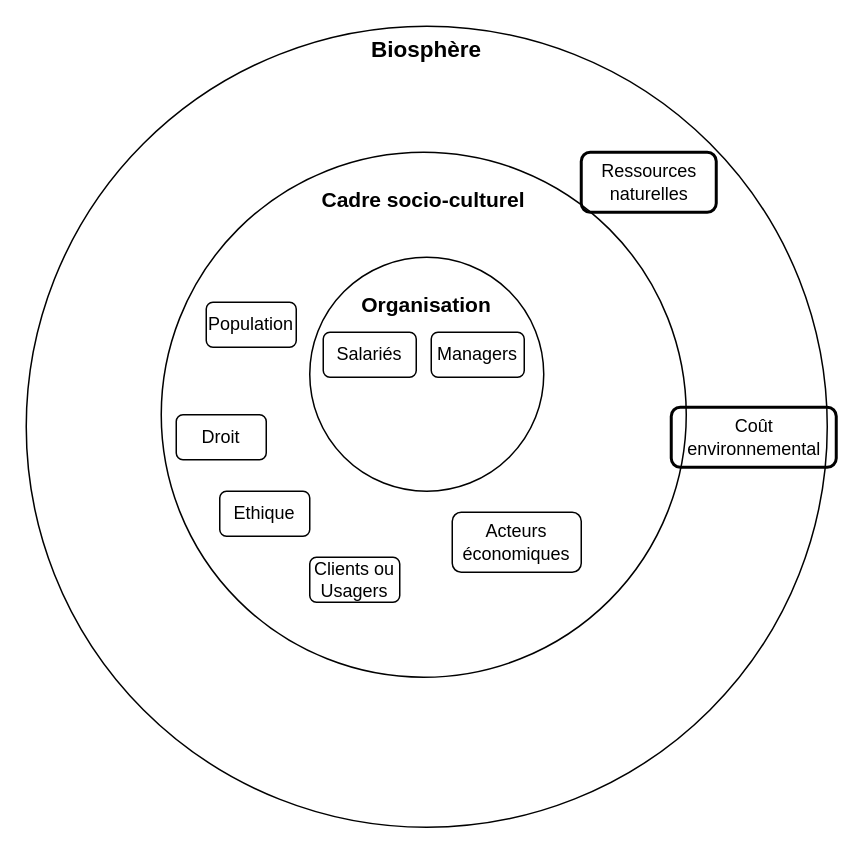
The draw.io diagram page "Environnement et IA" (3 of 3) of Schéma règlements IA et Data.drawio in Fabrice-64/Drawings, before the edit. Source tidied: cells renumbered, new cells numbered last; positions are measured from the earlier drawing's top-left corner, leaving out a move shared by most shapes. Both pictures are drawn from the tidied source at 150%, with x=0, y=0 at pixel (26, 26).
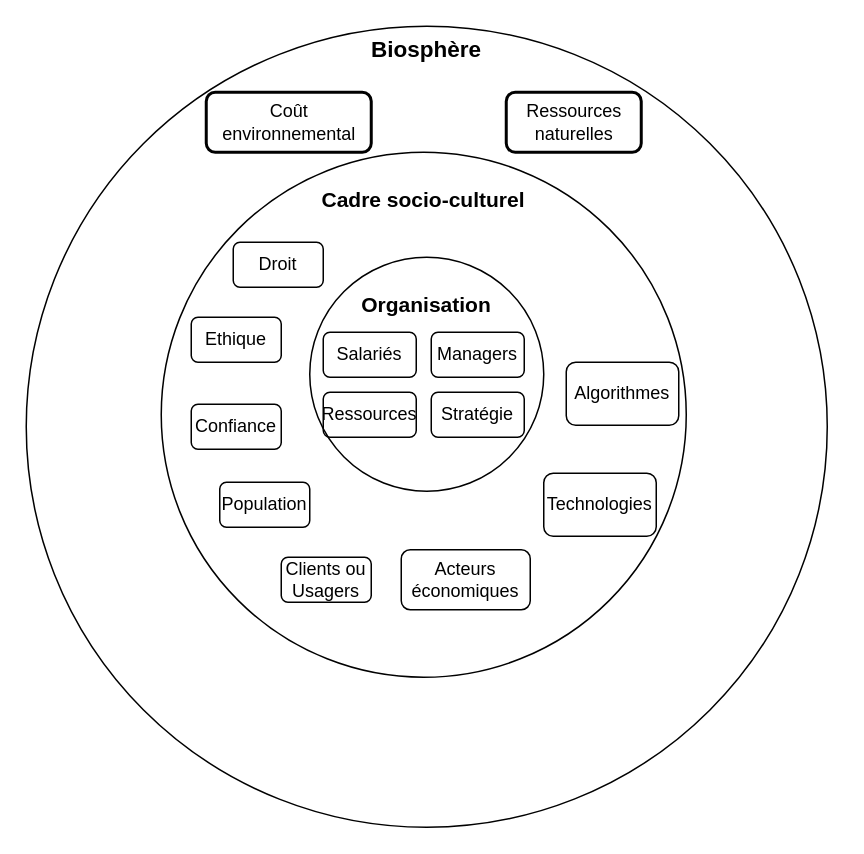
Above is the later version.

Commit message (it also covers changes not shown here):
Mettre à jour Schéma règlements IA et Data.drawio

Diff of the diagram source:
```diff
@@
 <mxGraphModel>
   <root>
     <mxCell id="0" />
     <mxCell id="1" parent="0" />
     <mxCell id="2" value="&lt;font style=&quot;font-size: 15px;&quot;&gt;&lt;b&gt;Biosphère&lt;/b&gt;&lt;/font&gt;" style="ellipse;whiteSpace=wrap;html=1;verticalAlign=top;" parent="1" vertex="1">
       <mxGeometry width="534" height="534" as="geometry" />
     </mxCell>
     <mxCell id="3" value="&lt;div&gt;&lt;b&gt;&lt;font style=&quot;font-size: 14px;&quot;&gt;&lt;br&gt;&lt;/font&gt;&lt;/b&gt;&lt;/div&gt;&lt;b&gt;&lt;font style=&quot;font-size: 14px;&quot;&gt;Cadre socio-culturel&lt;/font&gt;&lt;/b&gt;" style="ellipse;whiteSpace=wrap;html=1;verticalAlign=top;" parent="1" vertex="1">
       <mxGeometry x="90" y="84" width="350" height="350" as="geometry" />
     </mxCell>
     <mxCell id="4" value="&lt;div&gt;&lt;br&gt;&lt;/div&gt;Organisation" style="ellipse;whiteSpace=wrap;html=1;verticalAlign=top;fontSize=14;fontStyle=1;" parent="1" vertex="1">
       <mxGeometry x="189" y="154" width="156" height="156" as="geometry" />
     </mxCell>
     <mxCell id="5" value="Ressources&lt;br&gt;naturelles" style="text;html=1;align=center;verticalAlign=middle;strokeColor=default;fillColor=none;strokeWidth=2;rounded=1;" parent="1" vertex="1">
-      <mxGeometry x="370" y="84" width="90" height="40" as="geometry" />
+      <mxGeometry x="320" y="44" width="90" height="40" as="geometry" />
     </mxCell>
     <mxCell id="6" value="Coût &lt;br&gt;environnemental" style="text;html=1;align=center;verticalAlign=middle;strokeColor=default;fillColor=none;strokeWidth=2;rounded=1;" parent="1" vertex="1">
-      <mxGeometry x="430" y="254" width="110" height="40" as="geometry" />
+      <mxGeometry x="120" y="44" width="110" height="40" as="geometry" />
     </mxCell>
     <mxCell id="7" value="Droit" style="text;html=1;align=center;verticalAlign=middle;whiteSpace=wrap;rounded=1;strokeColor=default;" parent="1" vertex="1">
-      <mxGeometry x="100" y="259" width="60" height="30" as="geometry" />
+      <mxGeometry x="138" y="144" width="60" height="30" as="geometry" />
     </mxCell>
     <mxCell id="8" value="Ethique" style="text;html=1;align=center;verticalAlign=middle;whiteSpace=wrap;rounded=1;strokeColor=default;" parent="1" vertex="1">
-      <mxGeometry x="129" y="310" width="60" height="30" as="geometry" />
+      <mxGeometry x="110" y="194" width="60" height="30" as="geometry" />
     </mxCell>
     <mxCell id="9" value="Population" style="text;html=1;align=center;verticalAlign=middle;whiteSpace=wrap;rounded=1;strokeColor=default;" parent="1" vertex="1">
-      <mxGeometry x="120" y="184" width="60" height="30" as="geometry" />
+      <mxGeometry x="129" y="304" width="60" height="30" as="geometry" />
     </mxCell>
     <mxCell id="10" value="Acteurs économiques" style="text;html=1;align=center;verticalAlign=middle;whiteSpace=wrap;rounded=1;strokeColor=default;" parent="1" vertex="1">
-      <mxGeometry x="284" y="324" width="86" height="40" as="geometry" />
+      <mxGeometry x="250" y="349" width="86" height="40" as="geometry" />
     </mxCell>
     <mxCell id="11" value="Clients ou Usagers" style="text;html=1;align=center;verticalAlign=middle;whiteSpace=wrap;rounded=1;strokeColor=default;" parent="1" vertex="1">
-      <mxGeometry x="189" y="354" width="60" height="30" as="geometry" />
+      <mxGeometry x="170" y="354" width="60" height="30" as="geometry" />
     </mxCell>
     <mxCell id="12" value="Salariés" style="text;html=1;align=center;verticalAlign=middle;whiteSpace=wrap;rounded=1;strokeColor=default;" parent="1" vertex="1">
       <mxGeometry x="198" y="204" width="62" height="30" as="geometry" />
     </mxCell>
     <mxCell id="13" value="Managers" style="text;html=1;align=center;verticalAlign=middle;whiteSpace=wrap;rounded=1;strokeColor=default;" parent="1" vertex="1">
       <mxGeometry x="270" y="204" width="62" height="30" as="geometry" />
     </mxCell>
+    <mxCell id="14" value="Ressources" style="text;html=1;align=center;verticalAlign=middle;whiteSpace=wrap;rounded=1;strokeColor=default;" parent="1" vertex="1">
+      <mxGeometry x="198" y="244" width="62" height="30" as="geometry" />
+    </mxCell>
+    <mxCell id="15" value="Stratégie" style="text;html=1;align=center;verticalAlign=middle;whiteSpace=wrap;rounded=1;strokeColor=default;" parent="1" vertex="1">
+      <mxGeometry x="270" y="244" width="62" height="30" as="geometry" />
+    </mxCell>
+    <mxCell id="16" value="Technologies" style="text;html=1;align=center;verticalAlign=middle;whiteSpace=wrap;rounded=1;strokeColor=default;" parent="1" vertex="1">
+      <mxGeometry x="345" y="298" width="75" height="42" as="geometry" />
+    </mxCell>
+    <mxCell id="17" value="Algorithmes" style="text;html=1;align=center;verticalAlign=middle;whiteSpace=wrap;rounded=1;strokeColor=default;" parent="1" vertex="1">
+      <mxGeometry x="360" y="224" width="75" height="42" as="geometry" />
+    </mxCell>
+    <mxCell id="18" value="Confiance" style="text;html=1;align=center;verticalAlign=middle;whiteSpace=wrap;rounded=1;strokeColor=default;" parent="1" vertex="1">
+      <mxGeometry x="110" y="252" width="60" height="30" as="geometry" />
+    </mxCell>
   </root>
 </mxGraphModel>
```
